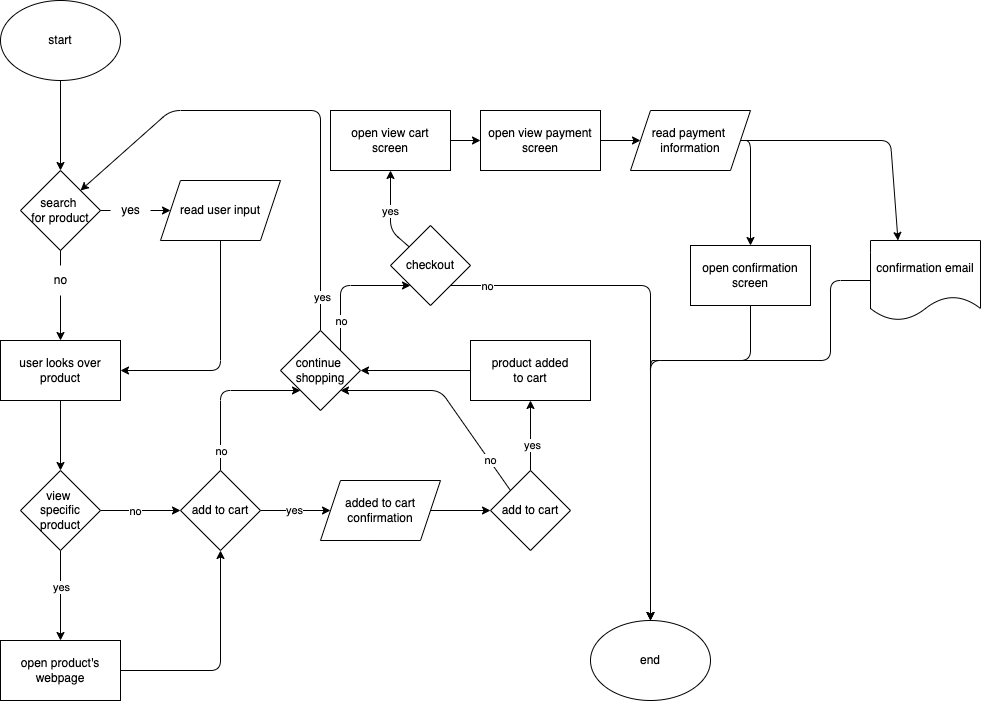
Before: explore/diagramming/diagram.drawio.png, a diagram exported from draw.io (pthaha/CSE110-Lab4). Source tidied: cells renumbered, new cells last; positions are measured from the earlier drawing's top-left corner, leaving out a move shared by most shapes.
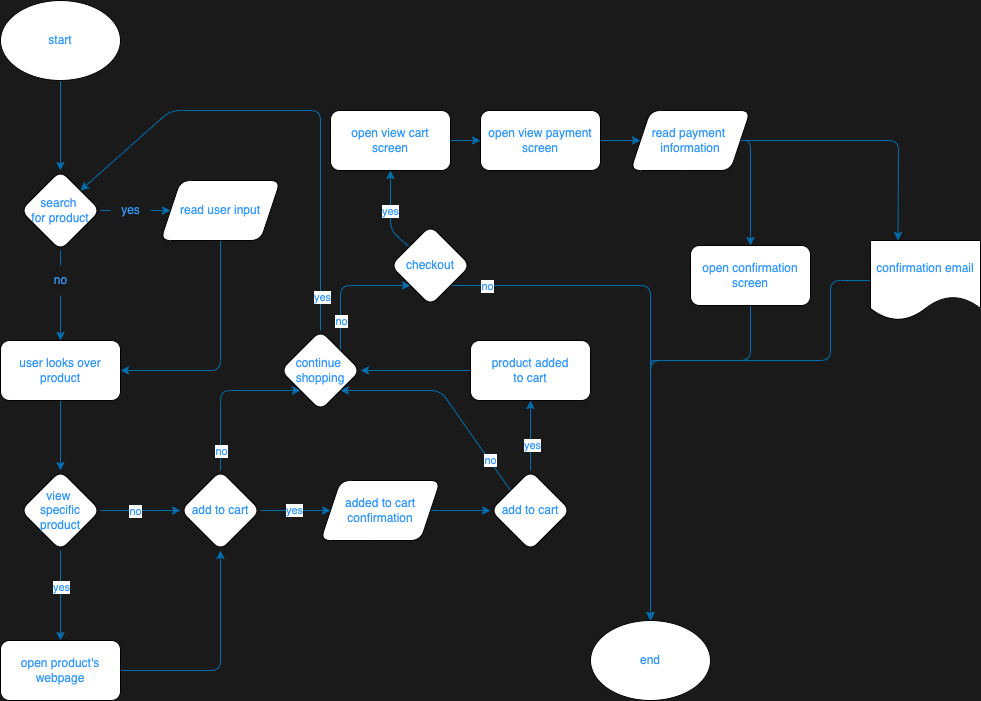
The same diagram one commit later.

Commit message:
make diagram more readable

Change to the diagram source:
```diff
@@ -1,123 +1,123 @@
-<mxGraphModel>
+<mxGraphModel background="#1A1A1A">
   <root>
     <mxCell id="0" />
     <mxCell id="1" parent="0" />
-    <mxCell id="2" style="edgeStyle=none;html=1;" parent="1" edge="1" source="3">
+    <mxCell id="2" style="edgeStyle=none;html=1;fillColor=#1ba1e2;strokeColor=#006EAF;fontColor=#3399FF;rounded=1;" parent="1" edge="1" source="3">
       <mxGeometry relative="1" as="geometry">
         <mxPoint x="60" y="170" as="targetPoint" />
       </mxGeometry>
     </mxCell>
-    <mxCell id="3" value="start" style="ellipse;whiteSpace=wrap;html=1;" parent="1" vertex="1">
+    <mxCell id="3" value="start" style="ellipse;whiteSpace=wrap;html=1;fontColor=#3399FF;rounded=1;" parent="1" vertex="1">
       <mxGeometry width="120" height="80" as="geometry" />
     </mxCell>
-    <mxCell id="4" style="edgeStyle=none;html=1;startArrow=none;" parent="1" edge="1" source="19" target="8">
+    <mxCell id="4" style="edgeStyle=none;html=1;startArrow=none;fillColor=#1ba1e2;strokeColor=#006EAF;fontColor=#3399FF;rounded=1;" parent="1" edge="1" source="19" target="8">
       <mxGeometry relative="1" as="geometry" />
     </mxCell>
-    <mxCell id="5" style="edgeStyle=none;html=1;startArrow=none;" parent="1" edge="1" source="17" target="10">
+    <mxCell id="5" style="edgeStyle=none;html=1;startArrow=none;fillColor=#1ba1e2;strokeColor=#006EAF;fontColor=#3399FF;rounded=1;" parent="1" edge="1" source="17" target="10">
       <mxGeometry relative="1" as="geometry" />
     </mxCell>
-    <mxCell id="6" value="search&amp;nbsp;&lt;br&gt;for product" style="rhombus;whiteSpace=wrap;html=1;" parent="1" vertex="1">
+    <mxCell id="6" value="search&amp;nbsp;&lt;br&gt;for product" style="rhombus;whiteSpace=wrap;html=1;fontColor=#3399FF;rounded=1;" parent="1" vertex="1">
       <mxGeometry x="20" y="170" width="80" height="80" as="geometry" />
     </mxCell>
-    <mxCell id="7" style="edgeStyle=none;html=1;entryX=1;entryY=0.5;entryDx=0;entryDy=0;exitX=0.5;exitY=1;exitDx=0;exitDy=0;" parent="1" edge="1" source="8" target="10">
+    <mxCell id="7" style="edgeStyle=none;html=1;entryX=1;entryY=0.5;entryDx=0;entryDy=0;exitX=0.5;exitY=1;exitDx=0;exitDy=0;fillColor=#1ba1e2;strokeColor=#006EAF;fontColor=#3399FF;rounded=1;" parent="1" edge="1" source="8" target="10">
       <mxGeometry relative="1" as="geometry">
         <Array as="points">
           <mxPoint x="220" y="370" />
         </Array>
       </mxGeometry>
     </mxCell>
-    <mxCell id="8" value="read user input" style="shape=parallelogram;perimeter=parallelogramPerimeter;whiteSpace=wrap;html=1;fixedSize=1;" parent="1" vertex="1">
+    <mxCell id="8" value="read user input" style="shape=parallelogram;perimeter=parallelogramPerimeter;whiteSpace=wrap;html=1;fixedSize=1;fontColor=#3399FF;rounded=1;" parent="1" vertex="1">
       <mxGeometry x="160" y="180" width="120" height="60" as="geometry" />
     </mxCell>
-    <mxCell id="9" style="edgeStyle=none;html=1;" parent="1" edge="1" source="10" target="15">
+    <mxCell id="9" style="edgeStyle=none;html=1;fillColor=#1ba1e2;strokeColor=#006EAF;fontColor=#3399FF;rounded=1;" parent="1" edge="1" source="10" target="15">
       <mxGeometry relative="1" as="geometry" />
     </mxCell>
-    <mxCell id="10" value="user looks over product" style="whiteSpace=wrap;html=1;" parent="1" vertex="1">
+    <mxCell id="10" value="user looks over product" style="whiteSpace=wrap;html=1;fontColor=#3399FF;rounded=1;" parent="1" vertex="1">
       <mxGeometry y="340" width="120" height="60" as="geometry" />
     </mxCell>
-    <mxCell id="11" style="edgeStyle=none;html=1;" parent="1" edge="1" source="15" target="24">
+    <mxCell id="11" style="edgeStyle=none;html=1;fillColor=#1ba1e2;strokeColor=#006EAF;fontColor=#3399FF;rounded=1;" parent="1" edge="1" source="15" target="24">
       <mxGeometry relative="1" as="geometry" />
     </mxCell>
-    <mxCell id="12" value="no" style="edgeLabel;html=1;align=center;verticalAlign=middle;" parent="11" vertex="1">
+    <mxCell id="12" value="no" style="edgeLabel;html=1;align=center;verticalAlign=middle;fontColor=#3399FF;rounded=1;" parent="11" vertex="1">
       <mxGeometry x="-0.15" relative="1" as="geometry" />
     </mxCell>
-    <mxCell id="13" style="edgeStyle=none;html=1;" parent="1" edge="1" source="15" target="26">
+    <mxCell id="13" style="edgeStyle=none;html=1;fillColor=#1ba1e2;strokeColor=#006EAF;fontColor=#3399FF;rounded=1;" parent="1" edge="1" source="15" target="26">
       <mxGeometry relative="1" as="geometry" />
     </mxCell>
-    <mxCell id="14" value="yes" style="edgeLabel;html=1;align=center;verticalAlign=middle;" parent="13" vertex="1">
+    <mxCell id="14" value="yes" style="edgeLabel;html=1;align=center;verticalAlign=middle;fontColor=#3399FF;rounded=1;" parent="13" vertex="1">
       <mxGeometry x="-0.2" y="2" relative="1" as="geometry">
         <mxPoint x="-2" as="offset" />
       </mxGeometry>
     </mxCell>
-    <mxCell id="15" value="view&amp;nbsp;&lt;br&gt;specific&lt;br&gt;product" style="rhombus;whiteSpace=wrap;html=1;" parent="1" vertex="1">
+    <mxCell id="15" value="view&amp;nbsp;&lt;br&gt;specific&lt;br&gt;product" style="rhombus;whiteSpace=wrap;html=1;fontColor=#3399FF;rounded=1;" parent="1" vertex="1">
       <mxGeometry x="20" y="470" width="80" height="80" as="geometry" />
     </mxCell>
-    <mxCell id="16" style="edgeStyle=none;html=1;endArrow=none;" parent="1" edge="1" source="6" target="17">
+    <mxCell id="16" style="edgeStyle=none;html=1;endArrow=none;fillColor=#1ba1e2;strokeColor=#006EAF;fontColor=#3399FF;rounded=1;" parent="1" edge="1" source="6" target="17">
       <mxGeometry relative="1" as="geometry" />
     </mxCell>
-    <mxCell id="17" value="no" style="text;html=1;align=center;verticalAlign=middle;points=[];strokeColor=none;fillColor=none;" parent="1" vertex="1">
+    <mxCell id="17" value="no" style="text;html=1;align=center;verticalAlign=middle;points=[];strokeColor=none;fillColor=none;fontColor=#3399FF;rounded=1;" parent="1" vertex="1">
       <mxGeometry x="40" y="265" width="40" height="30" as="geometry" />
     </mxCell>
-    <mxCell id="18" style="edgeStyle=none;html=1;endArrow=none;" parent="1" edge="1" source="6" target="19">
+    <mxCell id="18" style="edgeStyle=none;html=1;endArrow=none;fillColor=#1ba1e2;strokeColor=#006EAF;fontColor=#3399FF;rounded=1;" parent="1" edge="1" source="6" target="19">
       <mxGeometry relative="1" as="geometry" />
     </mxCell>
-    <mxCell id="19" value="yes&lt;br&gt;" style="text;html=1;align=center;verticalAlign=middle;points=[];strokeColor=none;fillColor=none;" parent="1" vertex="1">
+    <mxCell id="19" value="yes&lt;br&gt;" style="text;html=1;align=center;verticalAlign=middle;points=[];strokeColor=none;fillColor=none;fontColor=#3399FF;rounded=1;" parent="1" vertex="1">
       <mxGeometry x="110" y="195" width="40" height="30" as="geometry" />
     </mxCell>
-    <mxCell id="20" style="edgeStyle=none;html=1;" parent="1" edge="1" source="24" target="28">
+    <mxCell id="20" style="edgeStyle=none;html=1;fillColor=#1ba1e2;strokeColor=#006EAF;fontColor=#3399FF;rounded=1;" parent="1" edge="1" source="24" target="28">
       <mxGeometry relative="1" as="geometry" />
     </mxCell>
-    <mxCell id="21" value="yes" style="edgeLabel;html=1;align=center;verticalAlign=middle;" parent="20" vertex="1">
+    <mxCell id="21" value="yes" style="edgeLabel;html=1;align=center;verticalAlign=middle;fontColor=#3399FF;rounded=1;" parent="20" vertex="1">
       <mxGeometry x="-0.06" y="1" relative="1" as="geometry" />
     </mxCell>
-    <mxCell id="22" style="edgeStyle=none;html=1;exitX=0.5;exitY=0;exitDx=0;exitDy=0;entryX=0;entryY=1;entryDx=0;entryDy=0;" parent="1" edge="1" source="24" target="37">
+    <mxCell id="22" style="edgeStyle=none;html=1;exitX=0.5;exitY=0;exitDx=0;exitDy=0;entryX=0;entryY=1;entryDx=0;entryDy=0;fillColor=#1ba1e2;strokeColor=#006EAF;fontColor=#3399FF;rounded=1;" parent="1" edge="1" source="24" target="37">
       <mxGeometry relative="1" as="geometry">
         <Array as="points">
           <mxPoint x="220" y="390" />
         </Array>
       </mxGeometry>
     </mxCell>
-    <mxCell id="23" value="no" style="edgeLabel;html=1;align=center;verticalAlign=middle;" parent="22" vertex="1">
+    <mxCell id="23" value="no" style="edgeLabel;html=1;align=center;verticalAlign=middle;fontColor=#3399FF;rounded=1;" parent="22" vertex="1">
       <mxGeometry x="-0.01" y="-3" relative="1" as="geometry">
         <mxPoint x="-3" y="59" as="offset" />
       </mxGeometry>
     </mxCell>
-    <mxCell id="24" value="add to cart" style="rhombus;whiteSpace=wrap;html=1;" parent="1" vertex="1">
+    <mxCell id="24" value="add to cart" style="rhombus;whiteSpace=wrap;html=1;fontColor=#3399FF;rounded=1;" parent="1" vertex="1">
       <mxGeometry x="180" y="470" width="80" height="80" as="geometry" />
     </mxCell>
-    <mxCell id="25" style="edgeStyle=none;html=1;exitX=1;exitY=0.5;exitDx=0;exitDy=0;entryX=0.5;entryY=1;entryDx=0;entryDy=0;" parent="1" edge="1" source="26" target="24">
+    <mxCell id="25" style="edgeStyle=none;html=1;exitX=1;exitY=0.5;exitDx=0;exitDy=0;entryX=0.5;entryY=1;entryDx=0;entryDy=0;fillColor=#1ba1e2;strokeColor=#006EAF;fontColor=#3399FF;rounded=1;" parent="1" edge="1" source="26" target="24">
       <mxGeometry relative="1" as="geometry">
         <Array as="points">
           <mxPoint x="220" y="670" />
         </Array>
       </mxGeometry>
     </mxCell>
-    <mxCell id="26" value="open product's webpage" style="whiteSpace=wrap;html=1;" parent="1" vertex="1">
+    <mxCell id="26" value="open product's webpage" style="whiteSpace=wrap;html=1;fontColor=#3399FF;rounded=1;" parent="1" vertex="1">
       <mxGeometry y="640" width="120" height="60" as="geometry" />
     </mxCell>
-    <mxCell id="27" style="edgeStyle=none;html=1;" parent="1" edge="1" source="28" target="32">
+    <mxCell id="27" style="edgeStyle=none;html=1;fillColor=#1ba1e2;strokeColor=#006EAF;fontColor=#3399FF;rounded=1;" parent="1" edge="1" source="28" target="32">
       <mxGeometry relative="1" as="geometry" />
     </mxCell>
-    <mxCell id="28" value="added to cart&lt;br&gt;confirmation" style="shape=parallelogram;perimeter=parallelogramPerimeter;whiteSpace=wrap;html=1;fixedSize=1;" parent="1" vertex="1">
+    <mxCell id="28" value="added to cart&lt;br&gt;confirmation" style="shape=parallelogram;perimeter=parallelogramPerimeter;whiteSpace=wrap;html=1;fixedSize=1;fontColor=#3399FF;rounded=1;" parent="1" vertex="1">
       <mxGeometry x="320" y="480" width="120" height="60" as="geometry" />
     </mxCell>
-    <mxCell id="29" value="no" style="edgeStyle=none;html=1;exitX=0;exitY=0;exitDx=0;exitDy=0;entryX=1;entryY=1;entryDx=0;entryDy=0;" parent="1" edge="1" source="32" target="37">
+    <mxCell id="29" value="no" style="edgeStyle=none;html=1;exitX=0;exitY=0;exitDx=0;exitDy=0;entryX=1;entryY=1;entryDx=0;entryDy=0;fillColor=#1ba1e2;strokeColor=#006EAF;fontColor=#3399FF;rounded=1;" parent="1" edge="1" source="32" target="37">
       <mxGeometry x="-0.68" y="-1" relative="1" as="geometry">
         <Array as="points">
           <mxPoint x="440" y="390" />
         </Array>
       </mxGeometry>
     </mxCell>
-    <mxCell id="30" style="edgeStyle=none;html=1;" parent="1" edge="1" source="32" target="39">
+    <mxCell id="30" style="edgeStyle=none;html=1;fillColor=#1ba1e2;strokeColor=#006EAF;fontColor=#3399FF;rounded=1;" parent="1" edge="1" source="32" target="39">
       <mxGeometry relative="1" as="geometry" />
     </mxCell>
-    <mxCell id="31" value="yes" style="edgeLabel;html=1;align=center;verticalAlign=middle;" parent="30" vertex="1">
+    <mxCell id="31" value="yes" style="edgeLabel;html=1;align=center;verticalAlign=middle;fontColor=#3399FF;rounded=1;" parent="30" vertex="1">
       <mxGeometry x="-0.26" y="-1" relative="1" as="geometry" />
     </mxCell>
-    <mxCell id="32" value="add to cart" style="rhombus;whiteSpace=wrap;html=1;" parent="1" vertex="1">
+    <mxCell id="32" value="add to cart" style="rhombus;whiteSpace=wrap;html=1;fontColor=#3399FF;rounded=1;" parent="1" vertex="1">
       <mxGeometry x="490" y="470" width="80" height="80" as="geometry" />
     </mxCell>
-    <mxCell id="33" style="edgeStyle=none;html=1;exitX=0.5;exitY=0;exitDx=0;exitDy=0;entryX=1;entryY=0;entryDx=0;entryDy=0;" parent="1" edge="1" source="37" target="6">
+    <mxCell id="33" style="edgeStyle=none;html=1;exitX=0.5;exitY=0;exitDx=0;exitDy=0;entryX=1;entryY=0;entryDx=0;entryDy=0;fillColor=#1ba1e2;strokeColor=#006EAF;fontColor=#3399FF;rounded=1;" parent="1" edge="1" source="37" target="6">
       <mxGeometry relative="1" as="geometry">
         <Array as="points">
           <mxPoint x="320" y="110" />
@@ -125,88 +125,88 @@
         </Array>
       </mxGeometry>
     </mxCell>
-    <mxCell id="34" value="yes" style="edgeLabel;html=1;align=center;verticalAlign=middle;" parent="33" vertex="1">
+    <mxCell id="34" value="yes" style="edgeLabel;html=1;align=center;verticalAlign=middle;fontColor=#3399FF;rounded=1;" parent="33" vertex="1">
       <mxGeometry x="-0.86" y="-1" relative="1" as="geometry" />
     </mxCell>
-    <mxCell id="35" style="edgeStyle=none;html=1;exitX=1;exitY=0;exitDx=0;exitDy=0;entryX=0;entryY=1;entryDx=0;entryDy=0;" parent="1" edge="1" source="37" target="45">
+    <mxCell id="35" style="edgeStyle=none;html=1;exitX=1;exitY=0;exitDx=0;exitDy=0;entryX=0;entryY=1;entryDx=0;entryDy=0;fillColor=#1ba1e2;strokeColor=#006EAF;fontColor=#3399FF;rounded=1;" parent="1" edge="1" source="37" target="45">
       <mxGeometry relative="1" as="geometry">
         <Array as="points">
           <mxPoint x="340" y="285" />
         </Array>
       </mxGeometry>
     </mxCell>
-    <mxCell id="36" value="no" style="edgeLabel;html=1;align=center;verticalAlign=middle;" parent="35" vertex="1">
+    <mxCell id="36" value="no" style="edgeLabel;html=1;align=center;verticalAlign=middle;fontColor=#3399FF;rounded=1;" parent="35" vertex="1">
       <mxGeometry x="-0.13" relative="1" as="geometry">
         <mxPoint y="29" as="offset" />
       </mxGeometry>
     </mxCell>
-    <mxCell id="37" value="continue&amp;nbsp;&lt;br&gt;shopping" style="rhombus;whiteSpace=wrap;html=1;" parent="1" vertex="1">
+    <mxCell id="37" value="continue&amp;nbsp;&lt;br&gt;shopping" style="rhombus;whiteSpace=wrap;html=1;fontColor=#3399FF;rounded=1;" parent="1" vertex="1">
       <mxGeometry x="280" y="330" width="80" height="80" as="geometry" />
     </mxCell>
-    <mxCell id="38" style="edgeStyle=none;html=1;exitX=0;exitY=0.5;exitDx=0;exitDy=0;entryX=1;entryY=0.5;entryDx=0;entryDy=0;" parent="1" edge="1" source="39" target="37">
+    <mxCell id="38" style="edgeStyle=none;html=1;exitX=0;exitY=0.5;exitDx=0;exitDy=0;entryX=1;entryY=0.5;entryDx=0;entryDy=0;fillColor=#1ba1e2;strokeColor=#006EAF;fontColor=#3399FF;rounded=1;" parent="1" edge="1" source="39" target="37">
       <mxGeometry relative="1" as="geometry" />
     </mxCell>
-    <mxCell id="39" value="product added&lt;br&gt;to cart" style="whiteSpace=wrap;html=1;" parent="1" vertex="1">
+    <mxCell id="39" value="product added&lt;br&gt;to cart" style="whiteSpace=wrap;html=1;fontColor=#3399FF;rounded=1;" parent="1" vertex="1">
       <mxGeometry x="470" y="340" width="120" height="60" as="geometry" />
     </mxCell>
-    <mxCell id="40" value="end" style="ellipse;whiteSpace=wrap;html=1;" parent="1" vertex="1">
+    <mxCell id="40" value="end" style="ellipse;whiteSpace=wrap;html=1;fontColor=#3399FF;rounded=1;" parent="1" vertex="1">
       <mxGeometry x="590" y="620" width="120" height="80" as="geometry" />
     </mxCell>
-    <mxCell id="41" style="edgeStyle=none;html=1;entryX=0.5;entryY=0;entryDx=0;entryDy=0;exitX=1;exitY=1;exitDx=0;exitDy=0;" parent="1" edge="1" source="45" target="40">
+    <mxCell id="41" style="edgeStyle=none;html=1;entryX=0.5;entryY=0;entryDx=0;entryDy=0;exitX=1;exitY=1;exitDx=0;exitDy=0;fillColor=#1ba1e2;strokeColor=#006EAF;fontColor=#3399FF;rounded=1;" parent="1" edge="1" source="45" target="40">
       <mxGeometry relative="1" as="geometry">
         <Array as="points">
           <mxPoint x="650" y="285" />
         </Array>
       </mxGeometry>
     </mxCell>
-    <mxCell id="42" value="no" style="edgeLabel;html=1;align=center;verticalAlign=middle;" parent="41" vertex="1">
+    <mxCell id="42" value="no" style="edgeLabel;html=1;align=center;verticalAlign=middle;fontColor=#3399FF;rounded=1;" parent="41" vertex="1">
       <mxGeometry x="-0.87" relative="1" as="geometry" />
     </mxCell>
-    <mxCell id="43" style="edgeStyle=none;html=1;entryX=0.5;entryY=1;entryDx=0;entryDy=0;" parent="1" edge="1" source="45" target="47">
+    <mxCell id="43" style="edgeStyle=none;html=1;entryX=0.5;entryY=1;entryDx=0;entryDy=0;fillColor=#1ba1e2;strokeColor=#006EAF;fontColor=#3399FF;rounded=1;" parent="1" edge="1" source="45" target="47">
       <mxGeometry relative="1" as="geometry">
         <Array as="points">
           <mxPoint x="390" y="230" />
         </Array>
       </mxGeometry>
     </mxCell>
-    <mxCell id="44" value="yes" style="edgeLabel;html=1;align=center;verticalAlign=middle;" parent="43" vertex="1">
+    <mxCell id="44" value="yes" style="edgeLabel;html=1;align=center;verticalAlign=middle;fontColor=#3399FF;rounded=1;" parent="43" vertex="1">
       <mxGeometry x="-0.62" y="-2" relative="1" as="geometry">
         <mxPoint x="-8" y="-24" as="offset" />
       </mxGeometry>
     </mxCell>
-    <mxCell id="45" value="checkout" style="rhombus;whiteSpace=wrap;html=1;" parent="1" vertex="1">
+    <mxCell id="45" value="checkout" style="rhombus;whiteSpace=wrap;html=1;fontColor=#3399FF;rounded=1;" parent="1" vertex="1">
       <mxGeometry x="390" y="225" width="80" height="80" as="geometry" />
     </mxCell>
-    <mxCell id="46" style="edgeStyle=none;html=1;" parent="1" edge="1" source="47" target="49">
+    <mxCell id="46" style="edgeStyle=none;html=1;fillColor=#1ba1e2;strokeColor=#006EAF;fontColor=#3399FF;rounded=1;" parent="1" edge="1" source="47" target="49">
       <mxGeometry relative="1" as="geometry" />
     </mxCell>
-    <mxCell id="47" value="open view cart&lt;br&gt;screen" style="whiteSpace=wrap;html=1;" parent="1" vertex="1">
+    <mxCell id="47" value="open view cart&lt;br&gt;screen" style="whiteSpace=wrap;html=1;fontColor=#3399FF;rounded=1;" parent="1" vertex="1">
       <mxGeometry x="330" y="110" width="120" height="60" as="geometry" />
     </mxCell>
-    <mxCell id="48" style="edgeStyle=none;html=1;" parent="1" edge="1" source="49" target="52">
+    <mxCell id="48" style="edgeStyle=none;html=1;fillColor=#1ba1e2;strokeColor=#006EAF;fontColor=#3399FF;rounded=1;" parent="1" edge="1" source="49" target="52">
       <mxGeometry relative="1" as="geometry" />
     </mxCell>
-    <mxCell id="49" value="open view payment&lt;br&gt;screen" style="whiteSpace=wrap;html=1;" parent="1" vertex="1">
+    <mxCell id="49" value="open view payment&lt;br&gt;screen" style="whiteSpace=wrap;html=1;fontColor=#3399FF;rounded=1;" parent="1" vertex="1">
       <mxGeometry x="480" y="110" width="120" height="60" as="geometry" />
     </mxCell>
-    <mxCell id="50" style="edgeStyle=none;html=1;" parent="1" edge="1" source="52" target="54">
+    <mxCell id="50" style="edgeStyle=none;html=1;fillColor=#1ba1e2;strokeColor=#006EAF;fontColor=#3399FF;rounded=1;" parent="1" edge="1" source="52" target="54">
       <mxGeometry relative="1" as="geometry">
         <Array as="points">
           <mxPoint x="750" y="140" />
         </Array>
       </mxGeometry>
     </mxCell>
-    <mxCell id="51" style="edgeStyle=none;html=1;entryX=0.25;entryY=0;entryDx=0;entryDy=0;" parent="1" edge="1" source="52" target="56">
+    <mxCell id="51" style="edgeStyle=none;html=1;entryX=0.25;entryY=0;entryDx=0;entryDy=0;fillColor=#1ba1e2;strokeColor=#006EAF;fontColor=#3399FF;rounded=1;" parent="1" edge="1" source="52" target="56">
       <mxGeometry relative="1" as="geometry">
         <Array as="points">
-          <mxPoint x="890" y="140" />
+          <mxPoint x="898" y="140" />
         </Array>
       </mxGeometry>
     </mxCell>
-    <mxCell id="52" value="read payment&amp;nbsp;&lt;br&gt;information" style="shape=parallelogram;perimeter=parallelogramPerimeter;whiteSpace=wrap;html=1;fixedSize=1;" parent="1" vertex="1">
+    <mxCell id="52" value="read payment&amp;nbsp;&lt;br&gt;information" style="shape=parallelogram;perimeter=parallelogramPerimeter;whiteSpace=wrap;html=1;fixedSize=1;fontColor=#3399FF;rounded=1;" parent="1" vertex="1">
       <mxGeometry x="630" y="110" width="120" height="60" as="geometry" />
     </mxCell>
-    <mxCell id="53" style="edgeStyle=none;html=1;exitX=0.5;exitY=1;exitDx=0;exitDy=0;" parent="1" edge="1" source="54">
+    <mxCell id="53" style="edgeStyle=none;html=1;exitX=0.5;exitY=1;exitDx=0;exitDy=0;fillColor=#1ba1e2;strokeColor=#006EAF;fontColor=#3399FF;rounded=1;" parent="1" edge="1" source="54">
       <mxGeometry relative="1" as="geometry">
         <mxPoint x="650" y="620" as="targetPoint" />
         <Array as="points">
@@ -216,10 +216,10 @@
         </Array>
       </mxGeometry>
     </mxCell>
-    <mxCell id="54" value="open confirmation&lt;br&gt;screen" style="whiteSpace=wrap;html=1;" parent="1" vertex="1">
+    <mxCell id="54" value="open confirmation&lt;br&gt;screen" style="whiteSpace=wrap;html=1;fontColor=#3399FF;rounded=1;" parent="1" vertex="1">
       <mxGeometry x="690" y="245" width="120" height="60" as="geometry" />
     </mxCell>
-    <mxCell id="55" style="edgeStyle=none;html=1;exitX=0;exitY=0.5;exitDx=0;exitDy=0;" parent="1" edge="1" source="56">
+    <mxCell id="55" style="edgeStyle=none;html=1;exitX=0;exitY=0.5;exitDx=0;exitDy=0;fillColor=#1ba1e2;strokeColor=#006EAF;fontColor=#3399FF;rounded=1;" parent="1" edge="1" source="56">
       <mxGeometry relative="1" as="geometry">
         <mxPoint x="650" y="620" as="targetPoint" />
         <Array as="points">
@@ -229,7 +229,7 @@
         </Array>
       </mxGeometry>
     </mxCell>
-    <mxCell id="56" value="confirmation email" style="shape=document;whiteSpace=wrap;html=1;boundedLbl=1;" parent="1" vertex="1">
+    <mxCell id="56" value="confirmation email" style="shape=document;whiteSpace=wrap;html=1;boundedLbl=1;fontColor=#3399FF;rounded=1;" parent="1" vertex="1">
       <mxGeometry x="870" y="240" width="110" height="80" as="geometry" />
     </mxCell>
   </root>
```
